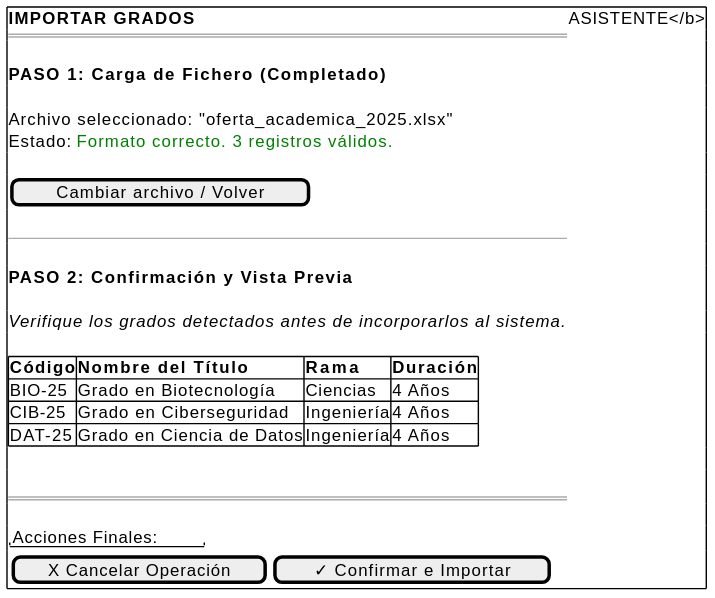
Above: documents/casos-de-uso/prototipadoCasosDeUso/importarGrados/importarGrados.svg in martinlopez7/25-26-IdSw1-SdR (PlantUML), before the change. The source it was exported from:
```plantuml
@startsalt importarGrados_WIREFRAME
{+
    <b>IMPORTAR GRADOS | ASISTENTE</b>
    ===
    .
    <b>PASO 1: Carga de Fichero (Completado)</b>
    .
    Archivo seleccionado: "oferta_academica_2025.xlsx"
    Estado: <color:green>Formato correcto. 3 registros válidos.</color>
    .
    [ Cambiar archivo / Volver ]
    .
    --
    .
    <b>PASO 2: Confirmación y Vista Previa</b>
    .
    <i>Verifique los grados detectados antes de incorporarlos al sistema.</i>
    .
    {#
        <b>Código</b> | <b>Nombre del Título</b> | <b>Rama</b> | <b>Duración</b>
        BIO-25 | Grado en Biotecnología | Ciencias | 4 Años
        CIB-25 | Grado en Ciberseguridad | Ingeniería | 4 Años
        DAT-25 | Grado en Ciencia de Datos | Ingeniería | 4 Años
    }
    .
    .
    ====
    .
    "Acciones Finales:"
    { [ X Cancelar Operación ] | [ ✓ Confirmar e Importar ] }
}
@endsalt
```
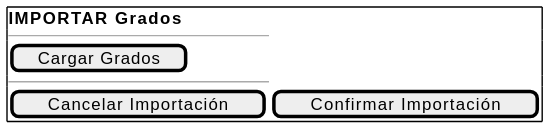
Later version of the same file.

What changed in the source:
```diff
@@ -1,32 +1,12 @@
-@startsalt importarGrados_WIREFRAME
+@startsalt
 {+
-    <b>IMPORTAR GRADOS | ASISTENTE</b>
-    ===
-    .
-    <b>PASO 1: Carga de Fichero (Completado)</b>
-    .
-    Archivo seleccionado: "oferta_academica_2025.xlsx"
-    Estado: <color:green>Formato correcto. 3 registros válidos.</color>
-    .
-    [ Cambiar archivo / Volver ]
-    .
-    --
-    .
-    <b>PASO 2: Confirmación y Vista Previa</b>
-    .
-    <i>Verifique los grados detectados antes de incorporarlos al sistema.</i>
-    .
-    {#
-        <b>Código</b> | <b>Nombre del Título</b> | <b>Rama</b> | <b>Duración</b>
-        BIO-25 | Grado en Biotecnología | Ciencias | 4 Años
-        CIB-25 | Grado en Ciberseguridad | Ingeniería | 4 Años
-        DAT-25 | Grado en Ciencia de Datos | Ingeniería | 4 Años
-    }
-    .
-    .
-    ====
-    .
-    "Acciones Finales:"
-    { [ X Cancelar Operación ] | [ ✓ Confirmar e Importar ] }
+  <b>IMPORTAR Grados</b>
+  --
+
+  [ Cargar Grados ]
+
+  --
+
+  [ Cancelar Importación ] | [ Confirmar Importación ]
 }
 @endsalt
```
